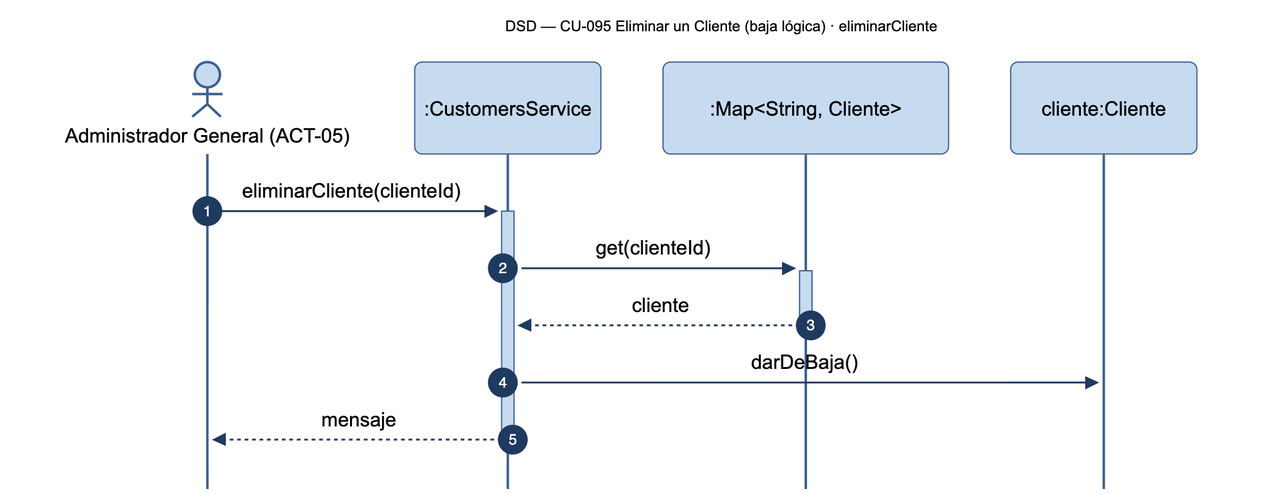
This is diagramas/png/DSD_CU-095_eliminarCliente.png from Nahuelito-Dev/splg-docs, a Mermaid export, as it was before one commit. Its source is kept beside it as diagramas/DSD_CU-095_eliminarCliente.mmd.
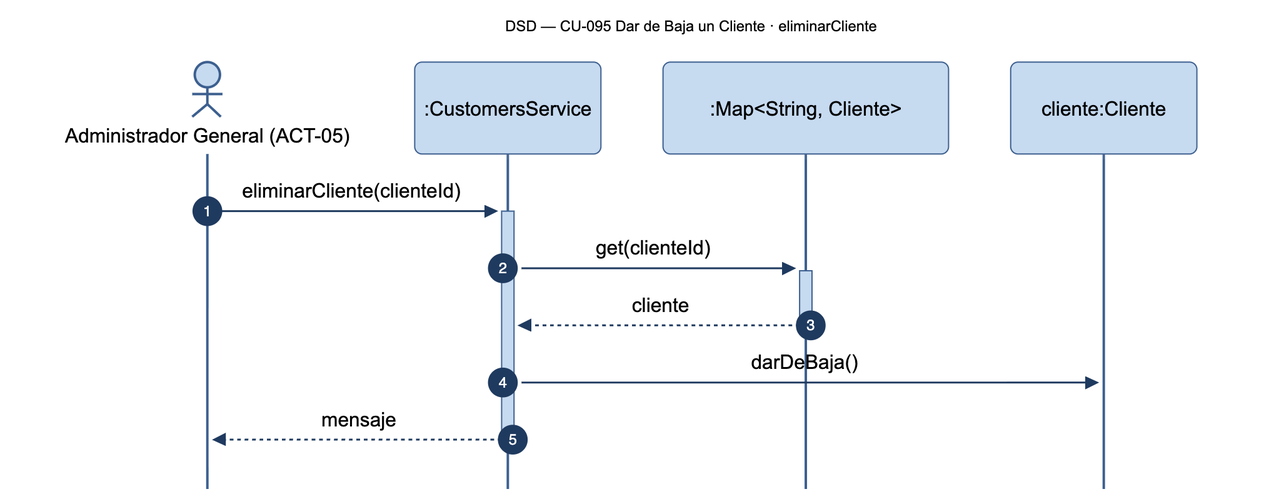
The same diagram one commit later.

What changed in the source:
```diff
@@ -1,5 +1,5 @@
 sequenceDiagram
-    title DSD — CU-095 Eliminar un Cliente (baja lógica) · eliminarCliente
+    title DSD — CU-095 Dar de Baja un Cliente · eliminarCliente
     autonumber
     actor AGN as Administrador General (ACT-05)
     participant SRV as :CustomersService
```
